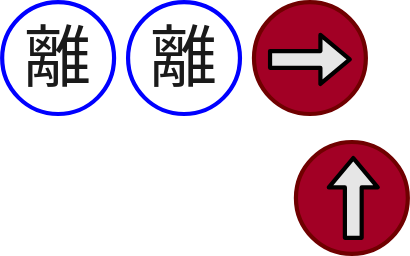
Earlier version of the draw.io export StreetFighter6/images/mrr68.svg (yamasdais/notebook). Source tidied: cells renumbered, new cells last; positions are measured from the earlier drawing's top-left corner, leaving out a move shared by most shapes.
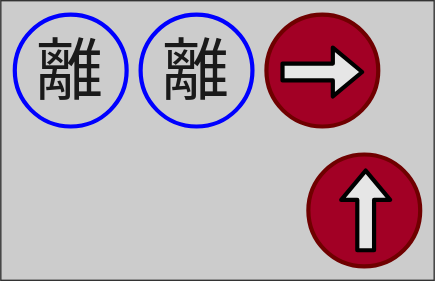
Above is the later version.

The edit, as a diff of the source:
```diff
@@ -2,6 +2,9 @@
   <root>
     <mxCell id="0" />
     <mxCell id="1" parent="0" />
+    <mxCell id="14" style="rounded=0;whiteSpace=wrap;html=1;fillColor=#CCCCCC;strokeColor=#333333;" parent="1" vertex="1">
+      <mxGeometry x="-10" y="-10" width="310" height="200" as="geometry" />
+    </mxCell>
     <mxCell id="2" style="group;rotation=90;" parent="1" vertex="1">
       <mxGeometry x="210" y="100" width="80" height="80" as="geometry" />
     </mxCell>
```
